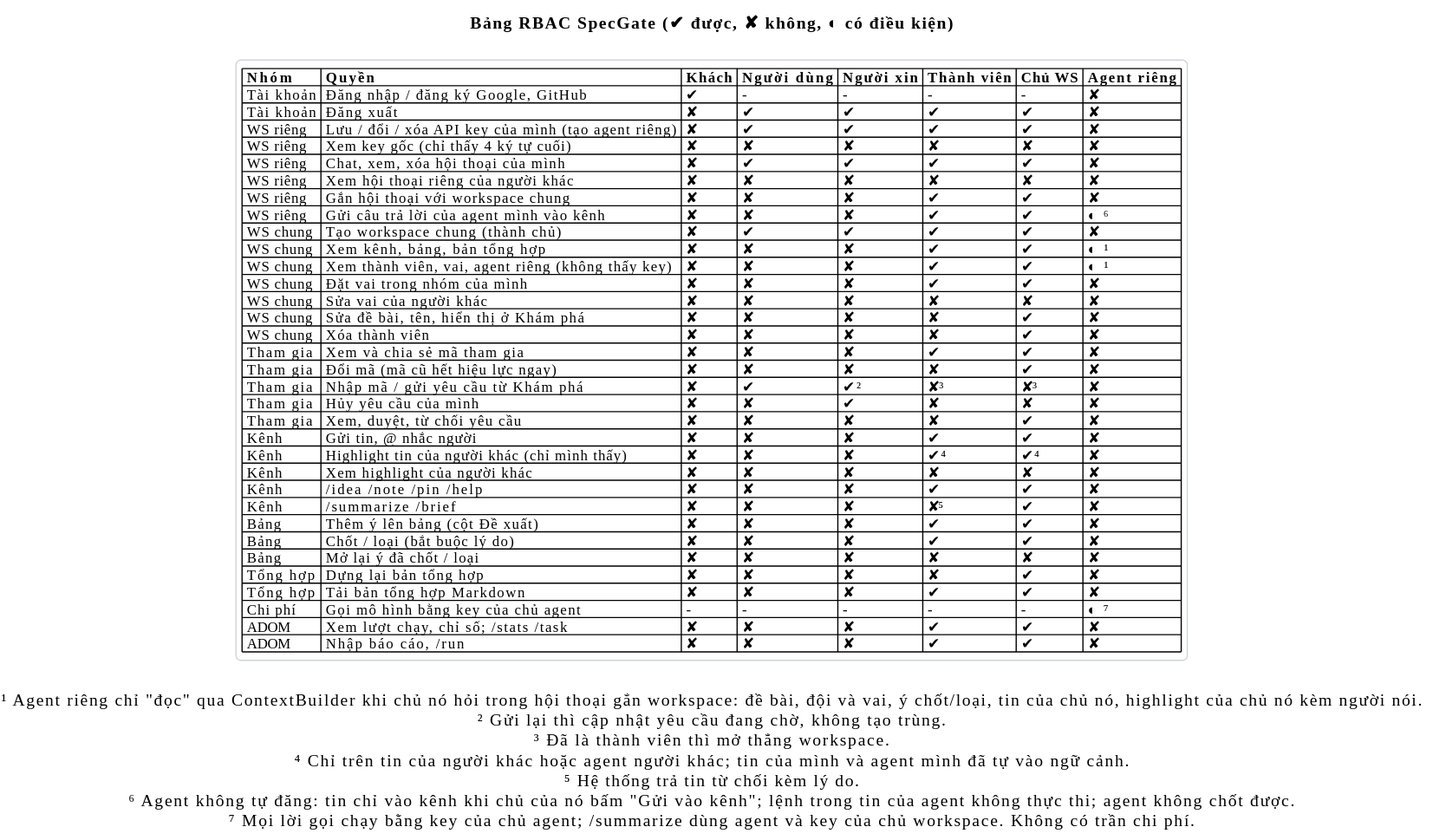
Jin2509/Specgate_BlackBoard keeps this PlantUML diagram as uml/img/rbac.svg. Above is the earlier version.
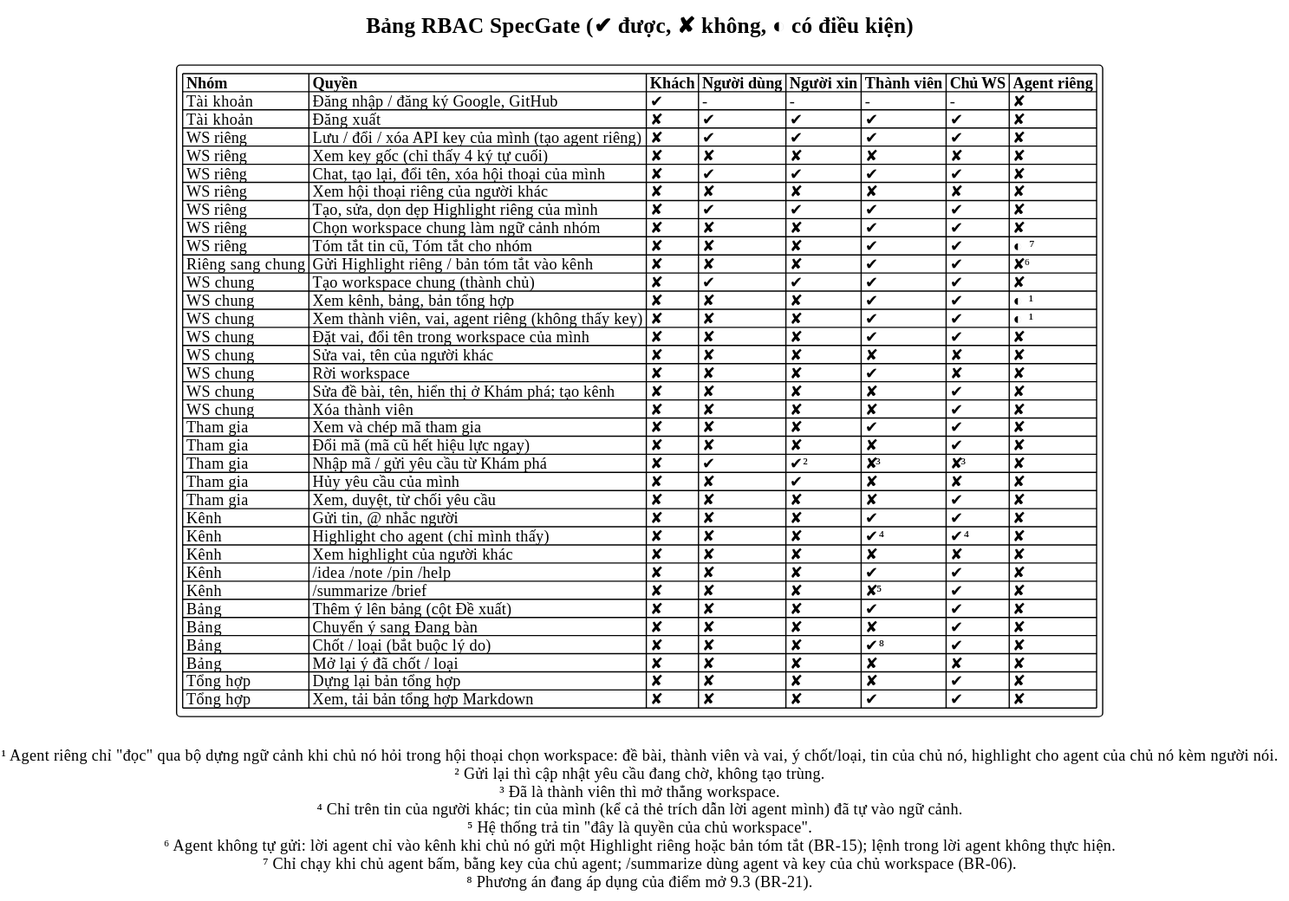
The same file after the commit.

Diff of the diagram source:
```diff
@@ -1,9 +1,6 @@
 @startuml
 !include ../_style.iuml
 title Bảng RBAC SpecGate (✔ được, ✘ không, ◐ có điều kiện)
-skinparam legendBackgroundColor #FFFFFF
-skinparam legendBorderColor #CED4DA
-skinparam legendFontSize 12
 
 legend top left
 |= Nhóm |= Quyền |= Khách |= Người dùng |= Người xin |= Thành viên |= Chủ WS |= Agent riêng |
@@ -11,44 +8,46 @@
 | Tài khoản | Đăng xuất | ✘ | ✔ | ✔ | ✔ | ✔ | ✘ |
 | WS riêng | Lưu / đổi / xóa API key của mình (tạo agent riêng) | ✘ | ✔ | ✔ | ✔ | ✔ | ✘ |
 | WS riêng | Xem key gốc (chỉ thấy 4 ký tự cuối) | ✘ | ✘ | ✘ | ✘ | ✘ | ✘ |
-| WS riêng | Chat, xem, xóa hội thoại của mình | ✘ | ✔ | ✔ | ✔ | ✔ | ✘ |
+| WS riêng | Chat, tạo lại, đổi tên, xóa hội thoại của mình | ✘ | ✔ | ✔ | ✔ | ✔ | ✘ |
 | WS riêng | Xem hội thoại riêng của người khác | ✘ | ✘ | ✘ | ✘ | ✘ | ✘ |
-| WS riêng | Gắn hội thoại với workspace chung | ✘ | ✘ | ✘ | ✔ | ✔ | ✘ |
-| WS riêng | Gửi câu trả lời của agent mình vào kênh | ✘ | ✘ | ✘ | ✔ | ✔ | ◐⁶ |
+| WS riêng | Tạo, sửa, dọn dẹp Highlight riêng của mình | ✘ | ✔ | ✔ | ✔ | ✔ | ✘ |
+| WS riêng | Chọn workspace chung làm ngữ cảnh nhóm | ✘ | ✘ | ✘ | ✔ | ✔ | ✘ |
+| WS riêng | Tóm tắt tin cũ, Tóm tắt cho nhóm | ✘ | ✘ | ✘ | ✔ | ✔ | ◐⁷ |
+| Riêng sang chung | Gửi Highlight riêng / bản tóm tắt vào kênh | ✘ | ✘ | ✘ | ✔ | ✔ | ✘⁶ |
 | WS chung | Tạo workspace chung (thành chủ) | ✘ | ✔ | ✔ | ✔ | ✔ | ✘ |
 | WS chung | Xem kênh, bảng, bản tổng hợp | ✘ | ✘ | ✘ | ✔ | ✔ | ◐¹ |
 | WS chung | Xem thành viên, vai, agent riêng (không thấy key) | ✘ | ✘ | ✘ | ✔ | ✔ | ◐¹ |
-| WS chung | Đặt vai trong nhóm của mình | ✘ | ✘ | ✘ | ✔ | ✔ | ✘ |
-| WS chung | Sửa vai của người khác | ✘ | ✘ | ✘ | ✘ | ✘ | ✘ |
-| WS chung | Sửa đề bài, tên, hiển thị ở Khám phá | ✘ | ✘ | ✘ | ✘ | ✔ | ✘ |
+| WS chung | Đặt vai, đổi tên trong workspace của mình | ✘ | ✘ | ✘ | ✔ | ✔ | ✘ |
+| WS chung | Sửa vai, tên của người khác | ✘ | ✘ | ✘ | ✘ | ✘ | ✘ |
+| WS chung | Rời workspace | ✘ | ✘ | ✘ | ✔ | ✘ | ✘ |
+| WS chung | Sửa đề bài, tên, hiển thị ở Khám phá; tạo kênh | ✘ | ✘ | ✘ | ✘ | ✔ | ✘ |
 | WS chung | Xóa thành viên | ✘ | ✘ | ✘ | ✘ | ✔ | ✘ |
-| Tham gia | Xem và chia sẻ mã tham gia | ✘ | ✘ | ✘ | ✔ | ✔ | ✘ |
+| Tham gia | Xem và chép mã tham gia | ✘ | ✘ | ✘ | ✔ | ✔ | ✘ |
 | Tham gia | Đổi mã (mã cũ hết hiệu lực ngay) | ✘ | ✘ | ✘ | ✘ | ✔ | ✘ |
 | Tham gia | Nhập mã / gửi yêu cầu từ Khám phá | ✘ | ✔ | ✔² | ✘³ | ✘³ | ✘ |
 | Tham gia | Hủy yêu cầu của mình | ✘ | ✘ | ✔ | ✘ | ✘ | ✘ |
 | Tham gia | Xem, duyệt, từ chối yêu cầu | ✘ | ✘ | ✘ | ✘ | ✔ | ✘ |
 | Kênh | Gửi tin, @ nhắc người | ✘ | ✘ | ✘ | ✔ | ✔ | ✘ |
-| Kênh | Highlight tin của người khác (chỉ mình thấy) | ✘ | ✘ | ✘ | ✔⁴ | ✔⁴ | ✘ |
+| Kênh | Highlight cho agent (chỉ mình thấy) | ✘ | ✘ | ✘ | ✔⁴ | ✔⁴ | ✘ |
 | Kênh | Xem highlight của người khác | ✘ | ✘ | ✘ | ✘ | ✘ | ✘ |
 | Kênh | /idea /note /pin /help | ✘ | ✘ | ✘ | ✔ | ✔ | ✘ |
 | Kênh | /summarize /brief | ✘ | ✘ | ✘ | ✘⁵ | ✔ | ✘ |
 | Bảng | Thêm ý lên bảng (cột Đề xuất) | ✘ | ✘ | ✘ | ✔ | ✔ | ✘ |
-| Bảng | Chốt / loại (bắt buộc lý do) | ✘ | ✘ | ✘ | ✔ | ✔ | ✘ |
+| Bảng | Chuyển ý sang Đang bàn | ✘ | ✘ | ✘ | ✘ | ✔ | ✘ |
+| Bảng | Chốt / loại (bắt buộc lý do) | ✘ | ✘ | ✘ | ✔⁸ | ✔ | ✘ |
 | Bảng | Mở lại ý đã chốt / loại | ✘ | ✘ | ✘ | ✘ | ✘ | ✘ |
 | Tổng hợp | Dựng lại bản tổng hợp | ✘ | ✘ | ✘ | ✘ | ✔ | ✘ |
-| Tổng hợp | Tải bản tổng hợp Markdown | ✘ | ✘ | ✘ | ✔ | ✔ | ✘ |
-| Chi phí | Gọi mô hình bằng key của chủ agent | - | - | - | - | - | ◐⁷ |
-| ADOM | Xem lượt chạy, chỉ số; /stats /task | ✘ | ✘ | ✘ | ✔ | ✔ | ✘ |
-| ADOM | Nhập báo cáo, /run | ✘ | ✘ | ✘ | ✔ | ✔ | ✘ |
+| Tổng hợp | Xem, tải bản tổng hợp Markdown | ✘ | ✘ | ✘ | ✔ | ✔ | ✘ |
 endlegend
 
 caption
- ¹ Agent riêng chỉ "đọc" qua ContextBuilder khi chủ nó hỏi trong hội thoại gắn workspace: đề bài, đội và vai, ý chốt/loại, tin của chủ nó, highlight của chủ nó kèm người nói.
+ ¹ Agent riêng chỉ "đọc" qua bộ dựng ngữ cảnh khi chủ nó hỏi trong hội thoại chọn workspace: đề bài, thành viên và vai, ý chốt/loại, tin của chủ nó, highlight cho agent của chủ nó kèm người nói.
  ² Gửi lại thì cập nhật yêu cầu đang chờ, không tạo trùng.
  ³ Đã là thành viên thì mở thẳng workspace.
- ⁴ Chỉ trên tin của người khác hoặc agent người khác; tin của mình và agent mình đã tự vào ngữ cảnh.
- ⁵ Hệ thống trả tin từ chối kèm lý do.
- ⁶ Agent không tự đăng: tin chỉ vào kênh khi chủ của nó bấm "Gửi vào kênh"; lệnh trong tin của agent không thực thi; agent không chốt được.
- ⁷ Mọi lời gọi chạy bằng key của chủ agent; /summarize dùng agent và key của chủ workspace. Không có trần chi phí.
+ ⁴ Chỉ trên tin của người khác; tin của mình (kể cả thẻ trích dẫn lời agent mình) đã tự vào ngữ cảnh.
+ ⁵ Hệ thống trả tin "đây là quyền của chủ workspace".
+ ⁶ Agent không tự gửi: lời agent chỉ vào kênh khi chủ nó gửi một Highlight riêng hoặc bản tóm tắt (BR-15); lệnh trong lời agent không thực hiện.
+ ⁷ Chỉ chạy khi chủ agent bấm, bằng key của chủ agent; /summarize dùng agent và key của chủ workspace (BR-06).
+ ⁸ Phương án đang áp dụng của điểm mở 9.3 (BR-21).
 endcaption
 @enduml
```
